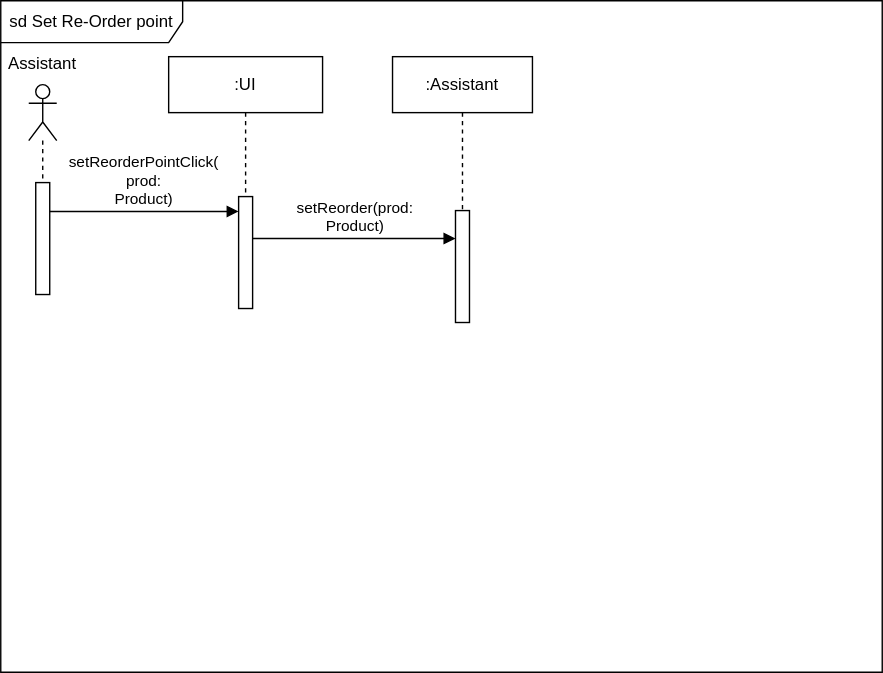
Simamkele88/IFM3_GP keeps this draw.io diagram as set_re-order.svg. Above is the earlier version. Source tidied: cells renumbered, new cells last; positions are measured from the earlier drawing's top-left corner, leaving out a move shared by most shapes. Its diagram source:
```xml
<mxGraphModel>
  <root>
    <mxCell id="0" />
    <mxCell id="1" parent="0" />
    <mxCell id="2" value="sd Set Re-Order point" style="shape=umlFrame;whiteSpace=wrap;html=1;width=130;height=30;" parent="1" vertex="1">
      <mxGeometry width="630" height="480" as="geometry" />
    </mxCell>
    <mxCell id="3" style="shape=umlLifeline;perimeter=lifelinePerimeter;whiteSpace=wrap;html=1;newEdgeStyle={&quot;curved&quot;:0,&quot;rounded&quot;:0};participant=umlActor;" parent="1" vertex="1">
      <mxGeometry x="20" y="60" width="20" height="70" as="geometry" />
    </mxCell>
    <mxCell id="4" value="Assistant" style="text;html=1;align=center;verticalAlign=middle;whiteSpace=wrap;rounded=0;" parent="1" vertex="1">
      <mxGeometry y="30" width="60" height="30" as="geometry" />
    </mxCell>
    <mxCell id="5" style="html=1;points=[[0,0,0,0,5],[0,1,0,0,-5],[1,0,0,0,5],[1,1,0,0,-5]];perimeter=orthogonalPerimeter;outlineConnect=0;targetShapes=umlLifeline;portConstraint=eastwest;newEdgeStyle={&quot;curved&quot;:0,&quot;rounded&quot;:0};" parent="1" vertex="1">
      <mxGeometry x="25" y="130" width="10" height="80" as="geometry" />
    </mxCell>
    <mxCell id="6" value=":UI" style="shape=umlLifeline;perimeter=lifelinePerimeter;whiteSpace=wrap;html=1;newEdgeStyle={&quot;curved&quot;:0,&quot;rounded&quot;:0};" parent="1" vertex="1">
      <mxGeometry x="120" y="40" width="110" height="180" as="geometry" />
    </mxCell>
    <mxCell id="7" style="html=1;points=[[0,0,0,0,5],[0,1,0,0,-5],[1,0,0,0,5],[1,1,0,0,-5]];perimeter=orthogonalPerimeter;outlineConnect=0;targetShapes=umlLifeline;portConstraint=eastwest;newEdgeStyle={&quot;curved&quot;:0,&quot;rounded&quot;:0};" parent="6" vertex="1">
      <mxGeometry x="50" y="100" width="10" height="80" as="geometry" />
    </mxCell>
    <mxCell id="8" value=":Assistant" style="shape=umlLifeline;perimeter=lifelinePerimeter;whiteSpace=wrap;html=1;newEdgeStyle={&quot;curved&quot;:0,&quot;rounded&quot;:0};" parent="1" vertex="1">
      <mxGeometry x="280" y="40" width="100" height="110" as="geometry" />
    </mxCell>
    <mxCell id="9" style="html=1;points=[[0,0,0,0,5],[0,1,0,0,-5],[1,0,0,0,5],[1,1,0,0,-5]];perimeter=orthogonalPerimeter;outlineConnect=0;targetShapes=umlLifeline;portConstraint=eastwest;newEdgeStyle={&quot;curved&quot;:0,&quot;rounded&quot;:0};" parent="1" vertex="1">
      <mxGeometry x="325" y="150" width="10" height="80" as="geometry" />
    </mxCell>
    <mxCell id="10" value="setReorderPointClick(&lt;div&gt;prod:&lt;div&gt;Product)&lt;/div&gt;&lt;/div&gt;" style="html=1;verticalAlign=bottom;endArrow=block;curved=0;rounded=0;exitX=1.012;exitY=0.258;exitDx=0;exitDy=0;exitPerimeter=0;" parent="1" edge="1" source="5" target="7">
      <mxGeometry relative="1" as="geometry" />
    </mxCell>
    <mxCell id="11" value="setReorder(prod:&lt;div&gt;Product)&lt;/div&gt;" style="html=1;verticalAlign=bottom;endArrow=block;curved=0;rounded=0;" parent="1" edge="1" target="9">
      <mxGeometry relative="1" as="geometry">
        <mxPoint x="180" y="170" as="sourcePoint" />
      </mxGeometry>
    </mxCell>
  </root>
</mxGraphModel>
```
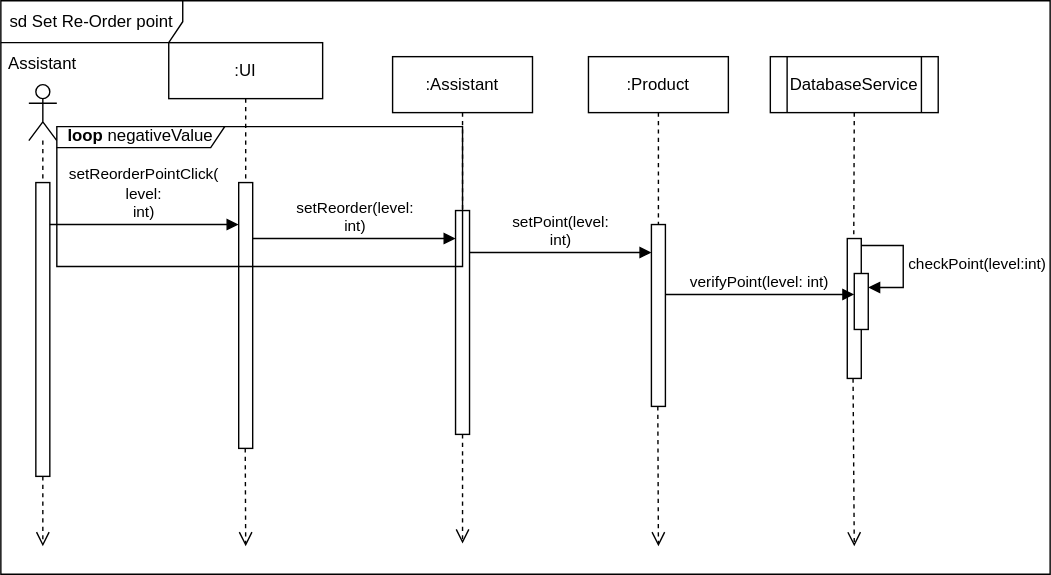
The same file after the commit.

What changed in the source:
```diff
@@ -3,7 +3,7 @@
     <mxCell id="0" />
     <mxCell id="1" parent="0" />
     <mxCell id="2" value="sd Set Re-Order point" style="shape=umlFrame;whiteSpace=wrap;html=1;width=130;height=30;" parent="1" vertex="1">
-      <mxGeometry width="630" height="480" as="geometry" />
+      <mxGeometry width="750" height="410" as="geometry" />
     </mxCell>
     <mxCell id="3" style="shape=umlLifeline;perimeter=lifelinePerimeter;whiteSpace=wrap;html=1;newEdgeStyle={&quot;curved&quot;:0,&quot;rounded&quot;:0};participant=umlActor;" parent="1" vertex="1">
       <mxGeometry x="20" y="60" width="20" height="70" as="geometry" />
@@ -12,27 +12,96 @@
       <mxGeometry y="30" width="60" height="30" as="geometry" />
     </mxCell>
     <mxCell id="5" style="html=1;points=[[0,0,0,0,5],[0,1,0,0,-5],[1,0,0,0,5],[1,1,0,0,-5]];perimeter=orthogonalPerimeter;outlineConnect=0;targetShapes=umlLifeline;portConstraint=eastwest;newEdgeStyle={&quot;curved&quot;:0,&quot;rounded&quot;:0};" parent="1" vertex="1">
-      <mxGeometry x="25" y="130" width="10" height="80" as="geometry" />
+      <mxGeometry x="25" y="130" width="10" height="210" as="geometry" />
     </mxCell>
     <mxCell id="6" value=":UI" style="shape=umlLifeline;perimeter=lifelinePerimeter;whiteSpace=wrap;html=1;newEdgeStyle={&quot;curved&quot;:0,&quot;rounded&quot;:0};" parent="1" vertex="1">
-      <mxGeometry x="120" y="40" width="110" height="180" as="geometry" />
+      <mxGeometry x="120" y="30" width="110" height="290" as="geometry" />
     </mxCell>
     <mxCell id="7" style="html=1;points=[[0,0,0,0,5],[0,1,0,0,-5],[1,0,0,0,5],[1,1,0,0,-5]];perimeter=orthogonalPerimeter;outlineConnect=0;targetShapes=umlLifeline;portConstraint=eastwest;newEdgeStyle={&quot;curved&quot;:0,&quot;rounded&quot;:0};" parent="6" vertex="1">
-      <mxGeometry x="50" y="100" width="10" height="80" as="geometry" />
+      <mxGeometry x="50" y="100" width="10" height="190" as="geometry" />
     </mxCell>
     <mxCell id="8" value=":Assistant" style="shape=umlLifeline;perimeter=lifelinePerimeter;whiteSpace=wrap;html=1;newEdgeStyle={&quot;curved&quot;:0,&quot;rounded&quot;:0};" parent="1" vertex="1">
       <mxGeometry x="280" y="40" width="100" height="110" as="geometry" />
     </mxCell>
     <mxCell id="9" style="html=1;points=[[0,0,0,0,5],[0,1,0,0,-5],[1,0,0,0,5],[1,1,0,0,-5]];perimeter=orthogonalPerimeter;outlineConnect=0;targetShapes=umlLifeline;portConstraint=eastwest;newEdgeStyle={&quot;curved&quot;:0,&quot;rounded&quot;:0};" parent="1" vertex="1">
-      <mxGeometry x="325" y="150" width="10" height="80" as="geometry" />
+      <mxGeometry x="325" y="150" width="10" height="160" as="geometry" />
     </mxCell>
+    <mxCell id="11" value="setReorder(level:&lt;div&gt;int)&lt;/div&gt;" style="html=1;verticalAlign=bottom;endArrow=block;curved=0;rounded=0;" parent="1" edge="1" target="9">
+      <mxGeometry relative="1" as="geometry">
+        <mxPoint x="180" y="170" as="sourcePoint" />
+      </mxGeometry>
+    </mxCell>
+    <mxCell id="12" value=":Product" style="shape=umlLifeline;perimeter=lifelinePerimeter;whiteSpace=wrap;html=1;newEdgeStyle={&quot;curved&quot;:0,&quot;rounded&quot;:0};" parent="1" vertex="1">
+      <mxGeometry x="420" y="40" width="100" height="120" as="geometry" />
+    </mxCell>
+    <mxCell id="13" style="html=1;points=[[0,0,0,0,5],[0,1,0,0,-5],[1,0,0,0,5],[1,1,0,0,-5]];perimeter=orthogonalPerimeter;outlineConnect=0;targetShapes=umlLifeline;portConstraint=eastwest;newEdgeStyle={&quot;curved&quot;:0,&quot;rounded&quot;:0};" parent="1" vertex="1">
+      <mxGeometry x="465" y="160" width="10" height="130" as="geometry" />
+    </mxCell>
+    <mxCell id="14" value="setPoint(level:&lt;div&gt;int)&lt;/div&gt;" style="html=1;verticalAlign=bottom;endArrow=block;curved=0;rounded=0;" parent="1" edge="1">
+      <mxGeometry relative="1" as="geometry">
+        <mxPoint x="335" y="180" as="sourcePoint" />
+        <mxPoint x="465" y="180" as="targetPoint" />
+      </mxGeometry>
+    </mxCell>
+    <mxCell id="15" value="&lt;b&gt;loop&lt;/b&gt; negativeValue" style="shape=umlFrame;whiteSpace=wrap;html=1;width=120;height=15;" parent="1" vertex="1">
+      <mxGeometry x="40" y="90" width="290" height="100" as="geometry" />
+    </mxCell>
-    <mxCell id="10" value="setReorderPointClick(&lt;div&gt;prod:&lt;div&gt;Product)&lt;/div&gt;&lt;/div&gt;" style="html=1;verticalAlign=bottom;endArrow=block;curved=0;rounded=0;exitX=1.012;exitY=0.258;exitDx=0;exitDy=0;exitPerimeter=0;" parent="1" edge="1" source="5" target="7">
-      <mxGeometry relative="1" as="geometry" />
+    <mxCell id="10" value="setReorderPointClick(&lt;div&gt;level:&lt;div&gt;int)&lt;/div&gt;&lt;/div&gt;" style="html=1;verticalAlign=bottom;endArrow=block;curved=0;rounded=0;exitX=1.012;exitY=0.258;exitDx=0;exitDy=0;exitPerimeter=0;" parent="15" edge="1">
+      <mxGeometry relative="1" as="geometry">
+        <mxPoint x="-5" y="70" as="sourcePoint" />
+        <mxPoint x="129.9" y="70" as="targetPoint" />
+      </mxGeometry>
     </mxCell>
-    <mxCell id="11" value="setReorder(prod:&lt;div&gt;Product)&lt;/div&gt;" style="html=1;verticalAlign=bottom;endArrow=block;curved=0;rounded=0;" parent="1" edge="1" target="9">
-      <mxGeometry relative="1" as="geometry">
-        <mxPoint x="180" y="170" as="sourcePoint" />
-      </mxGeometry>
-    </mxCell>
+    <mxCell id="16" value="DatabaseService" style="shape=process;whiteSpace=wrap;html=1;backgroundOutline=1;" parent="1" vertex="1">
+      <mxGeometry x="550" y="40" width="120" height="40" as="geometry" />
+    </mxCell>
+    <mxCell id="17" style="html=1;points=[[0,0,0,0,5],[0,1,0,0,-5],[1,0,0,0,5],[1,1,0,0,-5]];perimeter=orthogonalPerimeter;outlineConnect=0;targetShapes=umlLifeline;portConstraint=eastwest;newEdgeStyle={&quot;curved&quot;:0,&quot;rounded&quot;:0};" parent="1" vertex="1">
+      <mxGeometry x="605" y="170" width="10" height="100" as="geometry" />
+    </mxCell>
+    <mxCell id="18" style="html=1;verticalAlign=bottom;endArrow=none;dashed=1;endSize=8;curved=0;rounded=0;exitX=0.5;exitY=1;exitDx=0;exitDy=0;entryX=0.464;entryY=-0.018;entryDx=0;entryDy=0;entryPerimeter=0;startFill=0;" parent="1" edge="1" source="16" target="17">
+      <mxGeometry relative="1" as="geometry" />
+    </mxCell>
+    <mxCell id="19" value="verifyPoint(level: int)" style="html=1;verticalAlign=bottom;endArrow=block;curved=0;rounded=0;entryX=0.5;entryY=0.4;entryDx=0;entryDy=0;entryPerimeter=0;" parent="1" edge="1" source="13" target="17">
+      <mxGeometry relative="1" as="geometry" />
+    </mxCell>
+    <mxCell id="20" style="html=1;points=[[0,0,0,0,5],[0,1,0,0,-5],[1,0,0,0,5],[1,1,0,0,-5]];perimeter=orthogonalPerimeter;outlineConnect=0;targetShapes=umlLifeline;portConstraint=eastwest;newEdgeStyle={&quot;curved&quot;:0,&quot;rounded&quot;:0};" parent="1" vertex="1">
+      <mxGeometry x="610" y="195" width="10" height="40" as="geometry" />
+    </mxCell>
+    <mxCell id="21" value="checkPoint(level:int)" style="html=1;align=left;spacingLeft=2;endArrow=block;rounded=0;edgeStyle=orthogonalEdgeStyle;curved=0;rounded=0;" parent="1" edge="1" target="20">
+      <mxGeometry relative="1" as="geometry">
+        <mxPoint x="615" y="175" as="sourcePoint" />
+        <Array as="points">
+          <mxPoint x="645" y="205" />
+        </Array>
+      </mxGeometry>
+    </mxCell>
+    <mxCell id="22" style="html=1;verticalAlign=bottom;endArrow=open;dashed=1;endSize=8;curved=0;rounded=0;exitX=0.5;exitY=1;exitDx=0;exitDy=0;startFill=0;endFill=0;" parent="1" edge="1">
+      <mxGeometry relative="1" as="geometry">
+        <mxPoint x="609.1" y="270" as="sourcePoint" />
+        <mxPoint x="610" y="390" as="targetPoint" />
+      </mxGeometry>
+    </mxCell>
+    <mxCell id="23" style="html=1;verticalAlign=bottom;endArrow=open;dashed=1;endSize=8;curved=0;rounded=0;exitX=0.5;exitY=1;exitDx=0;exitDy=0;startFill=0;endFill=0;" parent="1" edge="1">
+      <mxGeometry relative="1" as="geometry">
+        <mxPoint x="469.6" y="290" as="sourcePoint" />
+        <mxPoint x="470" y="390" as="targetPoint" />
+      </mxGeometry>
+    </mxCell>
+    <mxCell id="24" style="html=1;verticalAlign=bottom;endArrow=open;dashed=1;endSize=8;curved=0;rounded=0;entryX=0.464;entryY=-0.018;entryDx=0;entryDy=0;entryPerimeter=0;startFill=0;endFill=0;" parent="1" edge="1" source="9">
+      <mxGeometry relative="1" as="geometry">
+        <mxPoint x="330" y="388" as="targetPoint" />
+      </mxGeometry>
+    </mxCell>
+    <mxCell id="25" style="html=1;verticalAlign=bottom;endArrow=open;dashed=1;endSize=8;curved=0;rounded=0;startFill=0;endFill=0;" parent="1" edge="1">
+      <mxGeometry relative="1" as="geometry">
+        <mxPoint x="174.7" y="320" as="sourcePoint" />
+        <mxPoint x="175" y="390" as="targetPoint" />
+      </mxGeometry>
+    </mxCell>
+    <mxCell id="26" style="html=1;verticalAlign=bottom;endArrow=open;dashed=1;endSize=8;curved=0;rounded=0;startFill=0;endFill=0;" parent="1" edge="1" source="5">
+      <mxGeometry relative="1" as="geometry">
+        <mxPoint x="30" y="390" as="targetPoint" />
+      </mxGeometry>
+    </mxCell>
   </root>
 </mxGraphModel>
```
